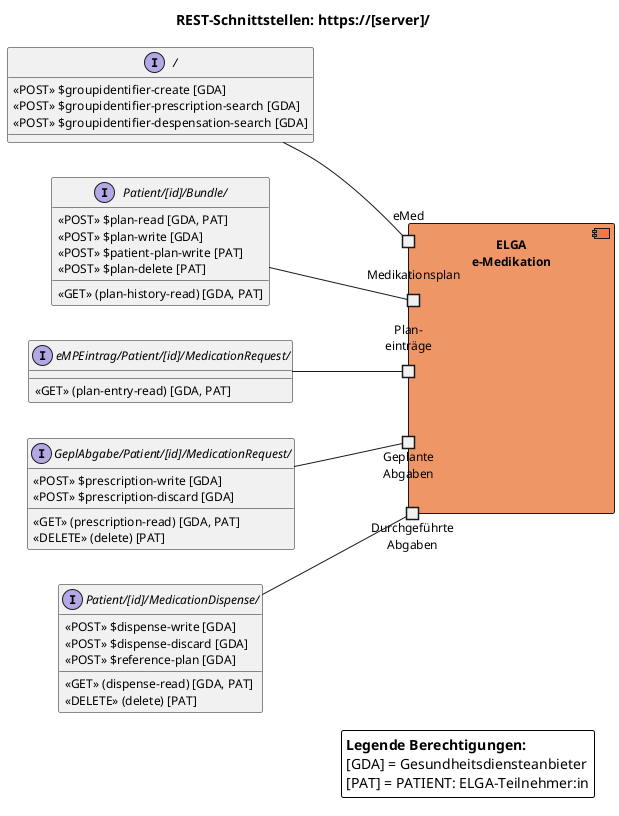
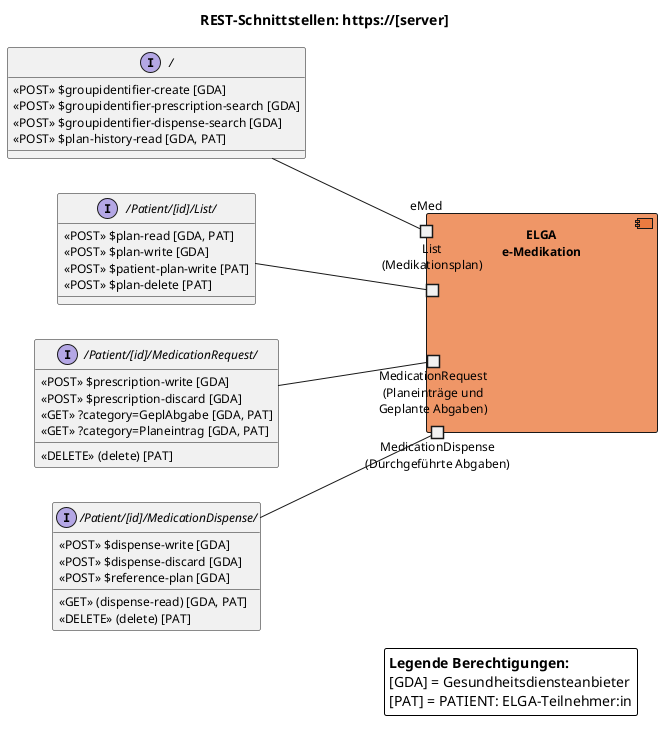
@startuml
allowmixing
' !include "https://raw.githubusercontent.com/tupadr3/plantuml-icon-font-sprites/v3.0.0/icons/font-awesome-5/user_doctor.puml"

' title diagramm
' ICON_DOC(doctor,LIVE,user_doctor,black) #RoyalBlue

' stethoscope	GOV_STETHOSCOPE
' balance_scale	FA5_BALANCE_SCALE
' flask	FA5_FLASK
' hand_holding_medical	FA5_HAND_HOLDING_MEDICAL
' heartbeat	FA5_HEARTBEAT
' comment_medical	FA5_COMMENT_MEDICAL
' clinic_medical	FA5_CLINIC_MEDICAL


skinparam componentStyle uml2
skinparam packageStyle rectangle

skinparam borderColor #555555
skinparam backgroundColor #FFFFFF
skinparam shadowing false
skinparam roundCorner 4
skinparam defaultFontName "Arial"
skinparam defaultFontSize 12
skinparam defaultFontColor #000000

!define COLOR_EMED_FA  #e97232bd

' Styling für UML-Komponenten und Schnittstellen (Klassischer UML-Stil)
skinparam component {
  BackgroundColor COLOR_EMED_FA
  'BorderColor #0366D6
  'FontColor #000000
  'FontStyle bold
}

skinparam interface {
  'BackgroundColor #FFFFFF
  'BorderColor #005CC5
}

left to right direction

- title REST-Schnittstellen: https://[server]/
+ title REST-Schnittstellen: https://[server]

- interface "Patient/[id]/MedicationDispense/" as IDurchgAbgabe {
-   «GET» (dispense-read) [GDA, PAT]
+ interface "/Patient/[id]/MedicationDispense/" as IDurchgAbgabe {
  «POST» $dispense-write [GDA]
  «POST» $dispense-discard [GDA]
  «POST» $reference-plan [GDA]
+   «GET» (dispense-read) [GDA, PAT]
  «DELETE» (delete) [PAT]
}

- interface "GeplAbgabe/Patient/[id]/MedicationRequest/" as IGeplAbgabe {
-   «GET» (prescription-read) [GDA, PAT]
+ interface "/Patient/[id]/MedicationRequest/" as IMedicationRequest {
  «POST» $prescription-write [GDA]
  «POST» $prescription-discard [GDA]
+   «GET» ?category=GeplAbgabe [GDA, PAT]
+   «GET» ?category=Planeintrag [GDA, PAT]
  «DELETE» (delete) [PAT]
}

- interface "eMPEintrag/Patient/[id]/MedicationRequest/" as IPlaneintrag {
-   «GET» (plan-entry-read) [GDA, PAT]
- }
- 
- interface "Patient/[id]/Bundle/" as IBundle {
-   «GET» (plan-history-read) [GDA, PAT]
+ interface "/Patient/[id]/List/" as IList {
  «POST» $plan-read [GDA, PAT]
  «POST» $plan-write [GDA]
  «POST» $patient-plan-write [PAT]
  «POST» $plan-delete [PAT]
}

interface "/" as IEmed {
  «POST» $groupidentifier-create [GDA]
  «POST» $groupidentifier-prescription-search [GDA]
-   «POST» $groupidentifier-despensation-search [GDA]
+   «POST» $groupidentifier-dispense-search [GDA]
+   «POST» $plan-history-read [GDA, PAT]
}

' --- SYSTEMKOMPONENTE (ZENTRALER SERVER) ---

component "ELGA\ne-Medikation" as Server {
-   port "Durchgeführte\nAbgaben" as p5
-   port "Geplante\nAbgaben" as p4
-   port "Plan-\neinträge" as p3
-   port "Medikationsplan" as p2
+   port "MedicationDispense\n(Durchgeführte Abgaben)" as p5
+   port "MedicationRequest\n(Planeinträge und\nGeplante Abgaben)" as p4
+   port "List\n(Medikationsplan)" as p2
  port "eMed" as p1
}



p5 -up- IDurchgAbgabe
- p4 -up- IGeplAbgabe
- p3 -up- IPlaneintrag
- p2 -up- IBundle
+ p4 -up- IMedicationRequest
+ p2 -up- IList
p1 -up- IEmed


legend right
  **Legende Berechtigungen:**
  [GDA] = Gesundheitsdiensteanbieter
  [PAT] = PATIENT: ELGA-Teilnehmer:in
end legend

' --- ARCHITEKTUR-NOTIZEN ---

' note bottom of Server
'   **UML 2.0 Component Specification**
'   Zentrales e-Medikations-System kapselt persistierte
'   Collection Bundles (v.1 / v.2) und Transaction Bundles.
' end note

' note right of IBundle
'   **Ressourcen-Kontext:**
'   Enthält MedicationRequest,
'   Patient, Practitioner.
' end note

@enduml